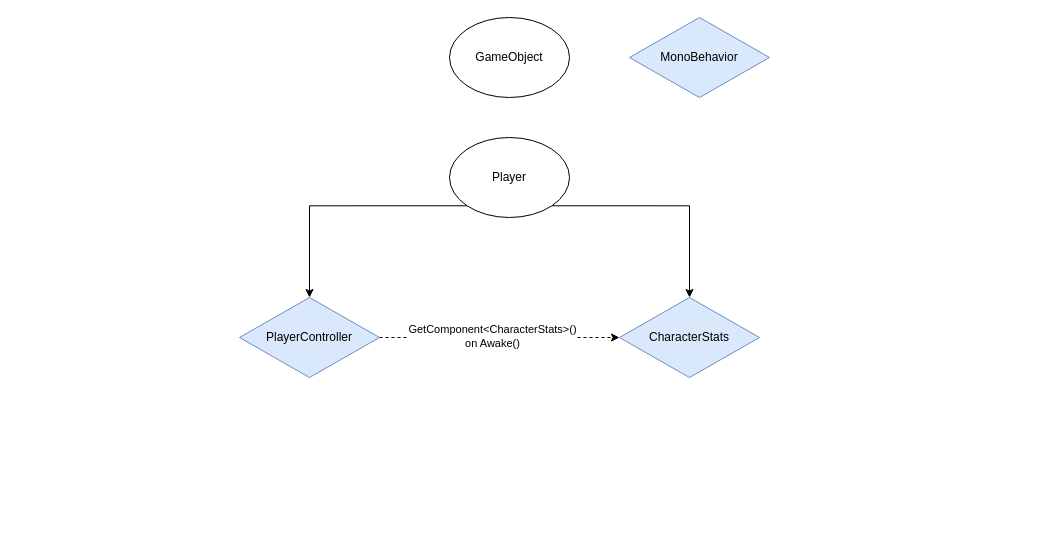
Before: RunRunRun.drawio in lancelodliu/draw.io, a draw.io diagram. Source tidied: cells renumbered, new cells numbered last; positions are measured from the earlier drawing's top-left corner, leaving out a move shared by most shapes. Both pictures are drawn from the tidied source at 100%, with x=0, y=0 at pixel (239, 17).
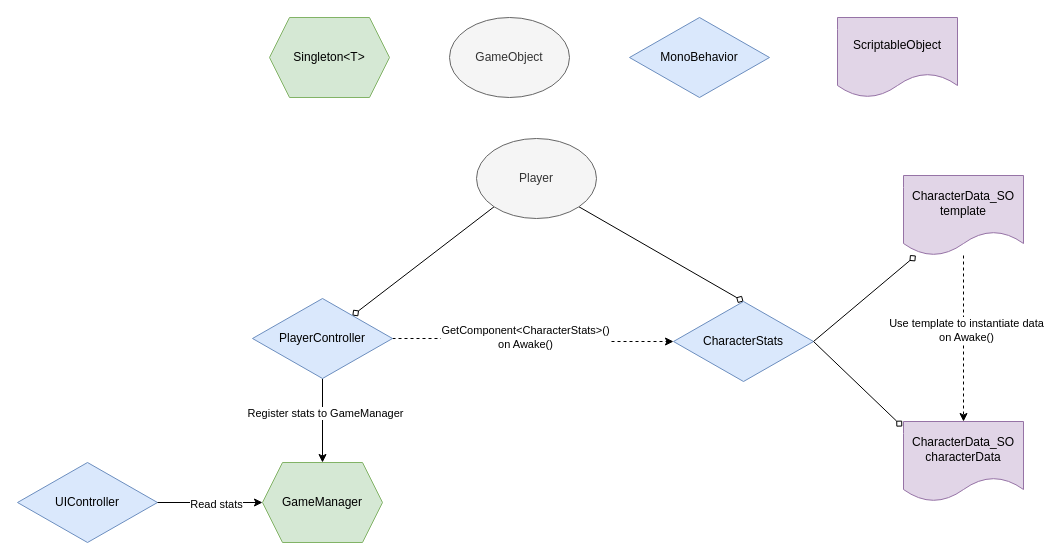
Above is the later version.

Diff of the diagram source:
```diff
@@
-    <mxCell id="2" style="edgeStyle=orthogonalEdgeStyle;rounded=0;jettySize=auto;html=1;exitX=0;exitY=1;exitDx=0;exitDy=0;" parent="1" edge="1" source="4" target="7">
+    <mxCell id="2" style="rounded=0;jettySize=auto;html=1;exitX=0;exitY=1;exitDx=0;exitDy=0;endArrow=diamond;endFill=0;" parent="1" edge="1" source="4" target="7">
       <mxGeometry relative="1" as="geometry" />
     </mxCell>
-    <mxCell id="3" style="edgeStyle=orthogonalEdgeStyle;rounded=0;jettySize=auto;html=1;exitX=1;exitY=1;exitDx=0;exitDy=0;entryX=0.5;entryY=0;entryDx=0;entryDy=0;" parent="1" edge="1" source="4" target="8">
+    <mxCell id="3" style="rounded=0;jettySize=auto;html=1;exitX=1;exitY=1;exitDx=0;exitDy=0;entryX=0.5;entryY=0;entryDx=0;entryDy=0;endArrow=diamond;endFill=0;" parent="1" edge="1" source="4" target="8">
       <mxGeometry relative="1" as="geometry" />
     </mxCell>
-    <mxCell id="4" value="Player" style="ellipse;whiteSpace=wrap;html=1;" parent="1" vertex="1">
-      <mxGeometry x="210" y="120" width="120" height="80" as="geometry" />
+    <mxCell id="4" value="Player" style="ellipse;whiteSpace=wrap;html=1;fillColor=#f5f5f5;fontColor=#333333;strokeColor=#666666;" parent="1" vertex="1">
+      <mxGeometry x="237" y="121" width="120" height="80" as="geometry" />
     </mxCell>
@@
+    <mxCell id="11" style="edgeStyle=orthogonalEdgeStyle;rounded=0;jettySize=auto;html=1;" parent="1" edge="1" source="7" target="15">
+      <mxGeometry relative="1" as="geometry" />
+    </mxCell>
+    <mxCell id="12" value="Register stats to GameManager" style="edgeLabel;html=1;align=center;verticalAlign=middle;" parent="11" vertex="1">
+      <mxGeometry x="-0.19" y="2" relative="1" as="geometry" />
+    </mxCell>
     <mxCell id="7" value="PlayerController" style="rhombus;whiteSpace=wrap;html=1;fillColor=#dae8fc;strokeColor=#6c8ebf;" parent="1" vertex="1">
-      <mxGeometry y="280" width="140" height="80" as="geometry" />
+      <mxGeometry x="13" y="281" width="140" height="80" as="geometry" />
     </mxCell>
+    <mxCell id="13" style="rounded=0;jettySize=auto;html=1;exitX=1;exitY=0.5;exitDx=0;exitDy=0;endArrow=diamond;endFill=0;" parent="1" edge="1" source="8" target="22">
+      <mxGeometry relative="1" as="geometry" />
+    </mxCell>
     <mxCell id="8" value="CharacterStats" style="rhombus;whiteSpace=wrap;html=1;fillColor=#dae8fc;strokeColor=#6c8ebf;" parent="1" vertex="1">
-      <mxGeometry x="380" y="280" width="140" height="80" as="geometry" />
+      <mxGeometry x="434" y="284" width="140" height="80" as="geometry" />
     </mxCell>
@@
-    <mxCell id="10" value="GameObject" style="ellipse;whiteSpace=wrap;html=1;" parent="1" vertex="1">
+    <mxCell id="10" value="GameObject" style="ellipse;whiteSpace=wrap;html=1;fillColor=#f5f5f5;fontColor=#333333;strokeColor=#666666;" parent="1" vertex="1">
       <mxGeometry x="210" width="120" height="80" as="geometry" />
     </mxCell>
+    <mxCell id="14" value="Singleton&amp;lt;T&amp;gt;" style="shape=hexagon;perimeter=hexagonPerimeter2;whiteSpace=wrap;html=1;fixedSize=1;fillColor=#d5e8d4;strokeColor=#82b366;" parent="1" vertex="1">
+      <mxGeometry x="30" width="120" height="80" as="geometry" />
+    </mxCell>
+    <mxCell id="15" value="GameManager" style="shape=hexagon;perimeter=hexagonPerimeter2;whiteSpace=wrap;html=1;fixedSize=1;fillColor=#d5e8d4;strokeColor=#82b366;" parent="1" vertex="1">
+      <mxGeometry x="23" y="445" width="120" height="80" as="geometry" />
+    </mxCell>
+    <mxCell id="16" value="UIController" style="rhombus;whiteSpace=wrap;html=1;fillColor=#dae8fc;strokeColor=#6c8ebf;" parent="1" vertex="1">
+      <mxGeometry x="-222" y="445" width="140" height="80" as="geometry" />
+    </mxCell>
+    <mxCell id="17" style="rounded=0;jettySize=auto;html=1;exitX=1;exitY=0.5;exitDx=0;exitDy=0;entryX=0;entryY=0.5;entryDx=0;entryDy=0;" parent="1" edge="1" source="16" target="15">
+      <mxGeometry relative="1" as="geometry" />
+    </mxCell>
+    <mxCell id="18" value="Read stats" style="edgeLabel;html=1;align=center;verticalAlign=middle;" parent="17" vertex="1">
+      <mxGeometry x="0.1" y="-1" relative="1" as="geometry" />
+    </mxCell>
+    <mxCell id="19" value="ScriptableObject" style="shape=document;whiteSpace=wrap;html=1;boundedLbl=1;fillColor=#e1d5e7;strokeColor=#9673a6;" parent="1" vertex="1">
+      <mxGeometry x="598" width="120" height="80" as="geometry" />
+    </mxCell>
+    <mxCell id="20" style="edgeStyle=orthogonalEdgeStyle;rounded=0;jettySize=auto;html=1;entryX=0.5;entryY=0;entryDx=0;entryDy=0;dashed=1;" parent="1" edge="1" source="22" target="23">
+      <mxGeometry relative="1" as="geometry" />
+    </mxCell>
+    <mxCell id="21" value="Use template to instantiate data&lt;div&gt;on Awake()&lt;/div&gt;" style="edgeLabel;html=1;align=center;verticalAlign=middle;" parent="20" vertex="1">
+      <mxGeometry x="-0.26" y="2" relative="1" as="geometry">
+        <mxPoint y="13" as="offset" />
+      </mxGeometry>
+    </mxCell>
+    <mxCell id="22" value="CharacterData_SO&lt;div&gt;template&lt;br&gt;&lt;/div&gt;" style="shape=document;whiteSpace=wrap;html=1;boundedLbl=1;fillColor=#e1d5e7;strokeColor=#9673a6;" parent="1" vertex="1">
+      <mxGeometry x="664" y="158" width="120" height="80" as="geometry" />
+    </mxCell>
+    <mxCell id="23" value="CharacterData_SO&lt;div&gt;characterData&lt;br&gt;&lt;/div&gt;" style="shape=document;whiteSpace=wrap;html=1;boundedLbl=1;fillColor=#e1d5e7;strokeColor=#9673a6;" parent="1" vertex="1">
+      <mxGeometry x="664" y="404" width="120" height="80" as="geometry" />
+    </mxCell>
+    <mxCell id="24" style="rounded=0;jettySize=auto;html=1;exitX=1;exitY=0.5;exitDx=0;exitDy=0;entryX=-0.01;entryY=0.063;entryDx=0;entryDy=0;entryPerimeter=0;endArrow=diamond;endFill=0;" parent="1" edge="1" source="8" target="23">
+      <mxGeometry relative="1" as="geometry" />
+    </mxCell>
```
